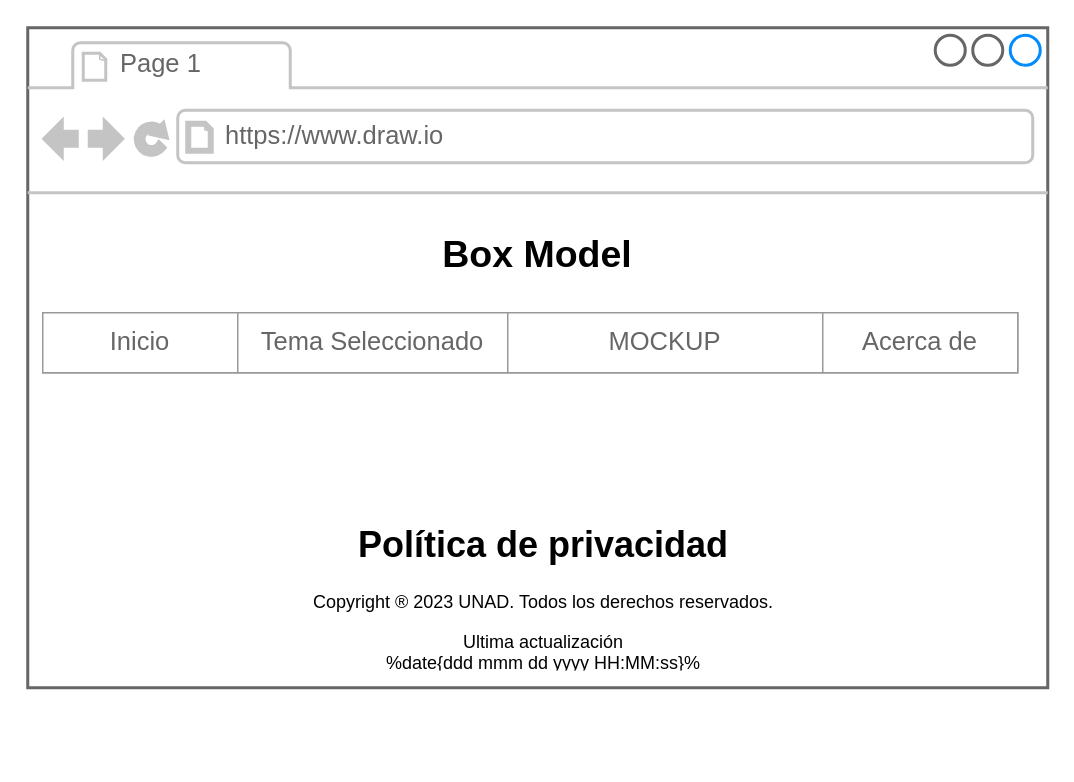
This is Fase 2.drawio from JoseSuarezLL/DSW-JoseSuarez-Periodo-301122_30, a draw.io file, before an edit. Source tidied: cells renumbered, new cells numbered last; positions are measured from the earlier drawing's top-left corner, leaving out a move shared by most shapes. Both pictures are drawn from the tidied source at 150%, with x=0, y=0 at pixel (27, 27). Pictures stored in the file or linked from it are replaced by grey dashed boxes.
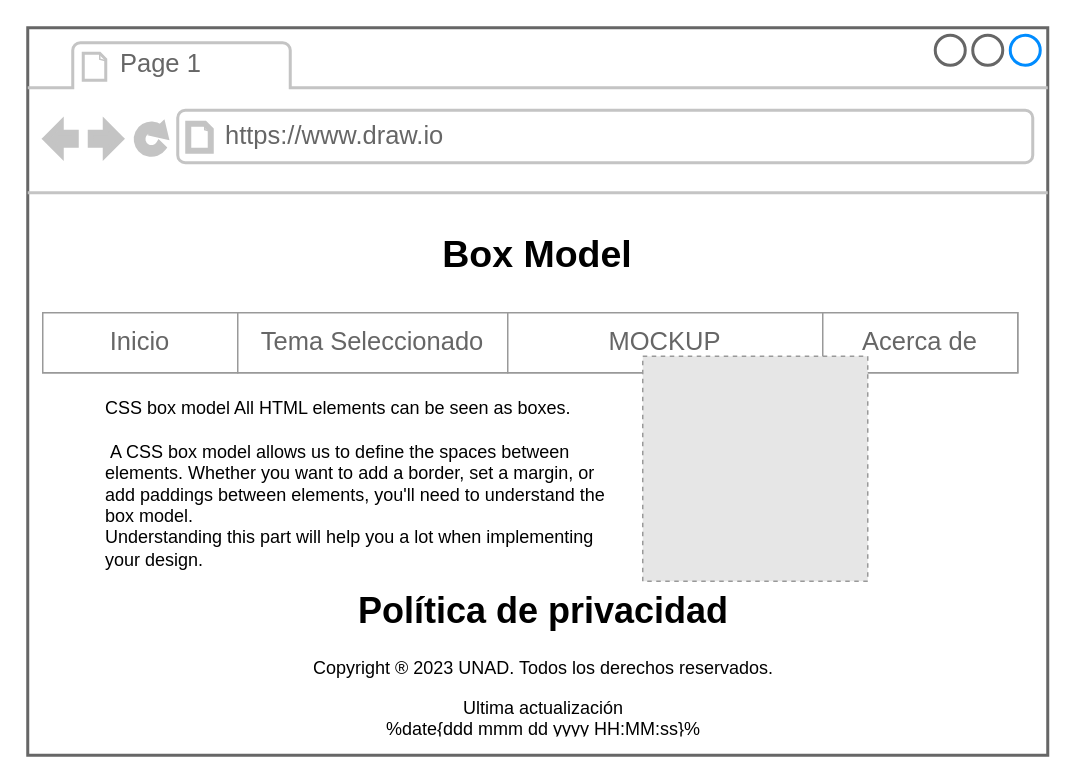
Above is the later version.

Change to the diagram source:
```diff
@@
 <mxGraphModel>
   <root>
     <mxCell id="0" />
     <mxCell id="1" parent="0" />
     <mxCell id="2" style="strokeWidth=2;shadow=0;dashed=0;align=center;html=1;shape=mxgraph.mockup.containers.browserWindow;rSize=0;strokeColor=#666666;strokeColor2=#008cff;strokeColor3=#c4c4c4;mainText=,;" parent="1" vertex="1">
-      <mxGeometry width="680" height="440" as="geometry" />
+      <mxGeometry width="680" height="485" as="geometry" />
     </mxCell>
     <mxCell id="3" value="Page 1" style="strokeWidth=1;shadow=0;dashed=0;align=center;html=1;shape=mxgraph.mockup.containers.anchor;fontSize=17;fontColor=#666666;align=left;" parent="2" vertex="1">
       <mxGeometry x="60" y="12" width="110" height="26" as="geometry" />
     </mxCell>
     <mxCell id="4" value="https://www.draw.io" style="strokeWidth=1;shadow=0;dashed=0;align=center;html=1;shape=mxgraph.mockup.containers.anchor;rSize=0;fontSize=17;fontColor=#666666;align=left;" parent="2" vertex="1">
       <mxGeometry x="130" y="60" width="250" height="26" as="geometry" />
     </mxCell>
     <mxCell id="5" value="&lt;font style=&quot;font-size: 25px;&quot;&gt;Box Model&lt;/font&gt;" style="text;html=1;strokeColor=none;fillColor=none;align=center;verticalAlign=middle;whiteSpace=wrap;rounded=0;strokeWidth=7;perimeterSpacing=6;fontStyle=1;fontSize=25;" parent="2" vertex="1">
       <mxGeometry x="270" y="120" width="140" height="60" as="geometry" />
     </mxCell>
     <mxCell id="6" style="strokeWidth=1;shadow=0;dashed=0;align=center;html=1;shape=mxgraph.mockup.forms.rrect;rSize=0;strokeColor=#999999;" parent="2" vertex="1">
       <mxGeometry x="10" y="190" width="650" height="40" as="geometry" />
     </mxCell>
     <mxCell id="7" value="Inicio" style="strokeColor=inherit;fillColor=inherit;gradientColor=inherit;strokeWidth=1;shadow=0;dashed=0;align=center;html=1;shape=mxgraph.mockup.forms.rrect;rSize=0;fontSize=17;fontColor=#666666;whiteSpace=wrap;" parent="6" vertex="1">
       <mxGeometry width="130" height="40" as="geometry" />
     </mxCell>
     <mxCell id="8" value="Tema Seleccionado" style="strokeColor=inherit;fillColor=inherit;gradientColor=inherit;strokeWidth=1;shadow=0;dashed=0;align=center;html=1;shape=mxgraph.mockup.forms.rrect;rSize=0;fontSize=17;fontColor=#666666;whiteSpace=wrap;" parent="6" vertex="1">
       <mxGeometry x="130" width="180" height="40" as="geometry" />
     </mxCell>
     <mxCell id="9" value="MOCKUP" style="strokeColor=inherit;fillColor=inherit;gradientColor=inherit;strokeWidth=1;shadow=0;dashed=0;align=center;html=1;shape=mxgraph.mockup.forms.rrect;rSize=0;fontSize=17;fontColor=#666666;whiteSpace=wrap;" parent="6" vertex="1">
       <mxGeometry x="310" width="210" height="40" as="geometry" />
     </mxCell>
     <mxCell id="10" value="Acerca de" style="strokeColor=inherit;fillColor=inherit;gradientColor=inherit;strokeWidth=1;shadow=0;dashed=0;align=center;html=1;shape=mxgraph.mockup.forms.rrect;rSize=0;fontSize=17;fontColor=#666666;whiteSpace=wrap;" parent="6" vertex="1">
       <mxGeometry x="520" width="130" height="40" as="geometry" />
     </mxCell>
     <mxCell id="11" value="&lt;h1&gt;Política de privacidad&lt;/h1&gt;&lt;p&gt;Copyright&amp;nbsp;® 2023 UNAD. Todos los derechos reservados.&lt;/p&gt;" style="text;html=1;strokeColor=none;fillColor=none;spacing=5;spacingTop=-20;whiteSpace=wrap;overflow=hidden;rounded=0;align=center;" parent="2" vertex="1">
-      <mxGeometry x="144" y="325" width="400" height="75" as="geometry" />
+      <mxGeometry x="144" y="369" width="400" height="75" as="geometry" />
     </mxCell>
     <mxCell id="12" value="Ultima actualización &lt;br&gt;%date{ddd mmm dd yyyy HH:MM:ss}%" style="text;html=1;strokeColor=none;fillColor=none;align=center;verticalAlign=middle;whiteSpace=wrap;overflow=hidden;" parent="2" vertex="1">
-      <mxGeometry x="154" y="400" width="380" height="30" as="geometry" />
+      <mxGeometry x="154" y="444" width="380" height="30" as="geometry" />
     </mxCell>
+    <mxCell id="13" style="fillColor=#E6E6E6;strokeColor=#999999;dashed=1;html=1;verticalAlign=top;verticalLabelPosition=bottom;labelBackgroundColor=#ffffff;" parent="2" vertex="1">
+      <mxGeometry x="410" y="219" width="150" height="150" as="geometry" />
+    </mxCell>
+    <mxCell id="14" value="CSS box model All HTML elements can be seen as boxes.&lt;br&gt;&lt;br&gt;&amp;nbsp;A CSS box model allows us to define the spaces between elements. Whether you want to add a border, set a margin, or add paddings between elements, you'll need to understand the box model.&lt;br&gt;Understanding this part will help you a lot when implementing your design." style="text;spacingTop=-5;whiteSpace=wrap;html=1;align=left;fontSize=12;fontFamily=Helvetica;fillColor=none;strokeColor=none;" parent="2" vertex="1">
+      <mxGeometry x="50" y="245" width="340" height="90" as="geometry" />
+    </mxCell>
   </root>
 </mxGraphModel>
```
